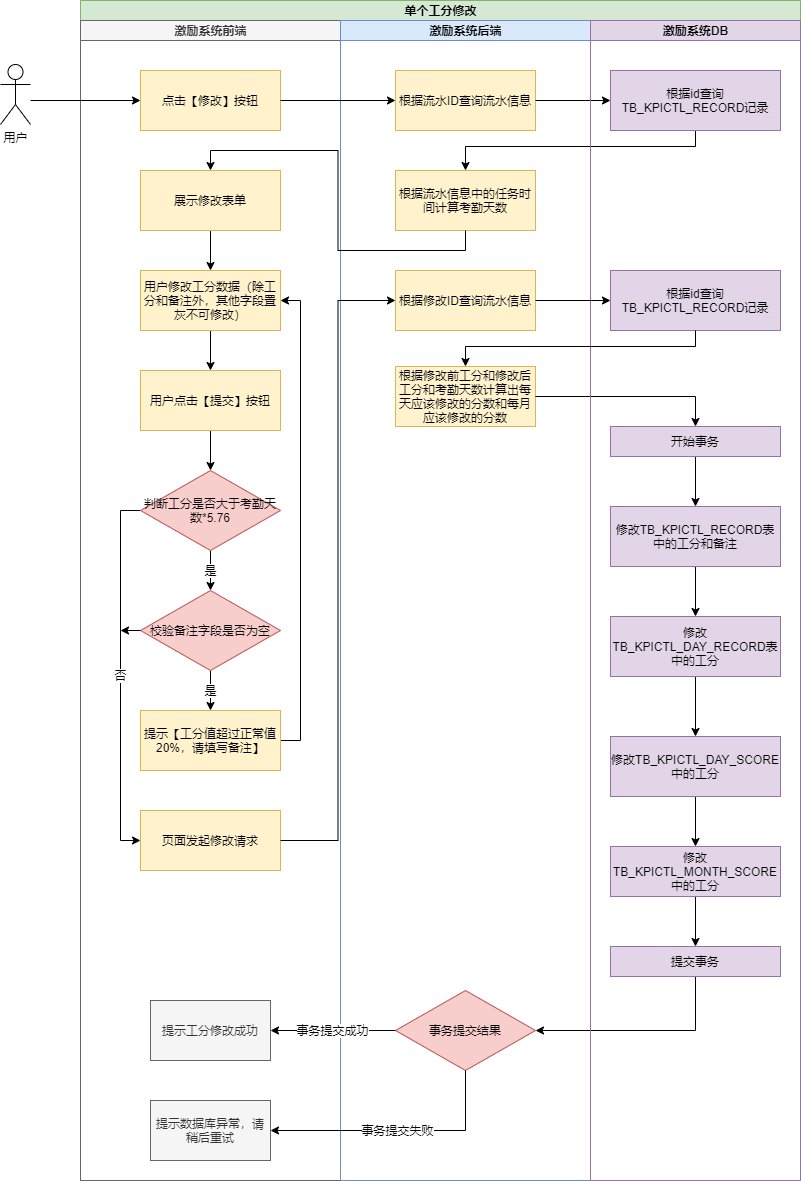
Above: 工分修改.png in julingpu/coffee (draw.io), before the change. Source tidied: cells renumbered, new cells last; positions are measured from the earlier drawing's top-left corner, leaving out a move shared by most shapes.
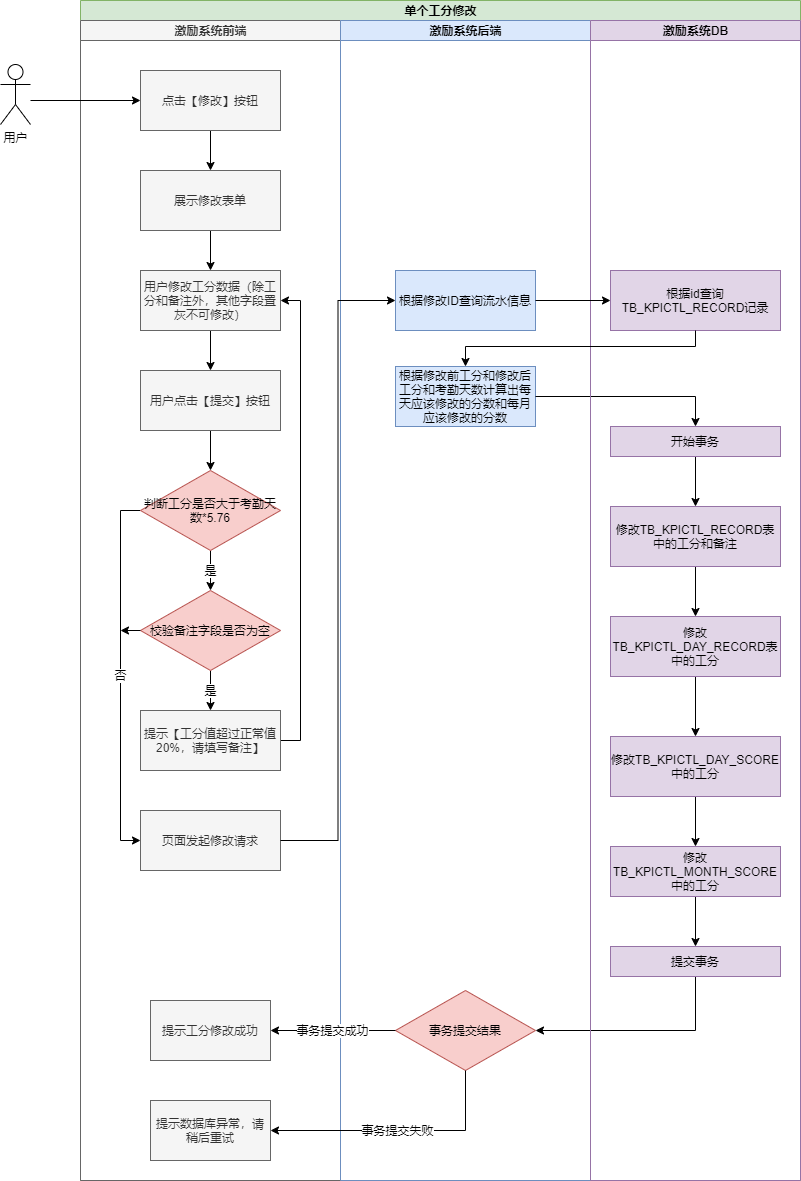
After the commit.

The edit, as a diff of the source:
```diff
@@ -19,19 +19,22 @@
     <mxCell id="6" value="提示数据库异常，请稍后重试" style="rounded=0;whiteSpace=wrap;html=1;fontFamily=Helvetica;fontSize=12;fontColor=#333333;align=center;fillColor=#f5f5f5;strokeColor=#666666;" parent="3" vertex="1">
       <mxGeometry x="70" y="1080" width="120" height="60" as="geometry" />
     </mxCell>
+    <mxCell id="58" style="edgeStyle=orthogonalEdgeStyle;rounded=0;jettySize=auto;html=1;exitX=0.5;exitY=1;exitDx=0;exitDy=0;entryX=0.5;entryY=0;entryDx=0;entryDy=0;" parent="3" edge="1" source="7" target="9">
+      <mxGeometry relative="1" as="geometry" />
+    </mxCell>
-    <mxCell id="7" value="点击【修改】按钮" style="rounded=0;whiteSpace=wrap;html=1;fontFamily=Helvetica;fontSize=12;align=center;fillColor=#fff2cc;strokeColor=#d6b656;" parent="3" vertex="1">
+    <mxCell id="7" value="点击【修改】按钮" style="rounded=0;whiteSpace=wrap;html=1;fontFamily=Helvetica;fontSize=12;align=center;fillColor=#f5f5f5;strokeColor=#666666;fontColor=#333333;" parent="3" vertex="1">
       <mxGeometry x="60" y="50" width="140" height="60" as="geometry" />
     </mxCell>
     <mxCell id="8" style="edgeStyle=orthogonalEdgeStyle;rounded=0;jettySize=auto;html=1;exitX=0.5;exitY=1;exitDx=0;exitDy=0;entryX=0.5;entryY=0;entryDx=0;entryDy=0;" parent="3" edge="1" source="9" target="11">
       <mxGeometry relative="1" as="geometry" />
     </mxCell>
-    <mxCell id="9" value="展示修改表单" style="rounded=0;whiteSpace=wrap;html=1;fontFamily=Helvetica;fontSize=12;align=center;fillColor=#fff2cc;strokeColor=#d6b656;" parent="3" vertex="1">
+    <mxCell id="9" value="展示修改表单" style="rounded=0;whiteSpace=wrap;html=1;fontFamily=Helvetica;fontSize=12;align=center;fillColor=#f5f5f5;strokeColor=#666666;fontColor=#333333;" parent="3" vertex="1">
       <mxGeometry x="60" y="150" width="140" height="60" as="geometry" />
     </mxCell>
     <mxCell id="10" style="edgeStyle=orthogonalEdgeStyle;rounded=0;jettySize=auto;html=1;exitX=0.5;exitY=1;exitDx=0;exitDy=0;entryX=0.5;entryY=0;entryDx=0;entryDy=0;" parent="3" edge="1" source="11" target="21">
       <mxGeometry relative="1" as="geometry" />
     </mxCell>
-    <mxCell id="11" value="用户修改工分数据（除工分和备注外，其他字段置灰不可修改）" style="rounded=0;whiteSpace=wrap;html=1;fontFamily=Helvetica;fontSize=12;align=center;fillColor=#fff2cc;strokeColor=#d6b656;" parent="3" vertex="1">
+    <mxCell id="11" value="用户修改工分数据（除工分和备注外，其他字段置灰不可修改）" style="rounded=0;whiteSpace=wrap;html=1;fontFamily=Helvetica;fontSize=12;align=center;fillColor=#f5f5f5;strokeColor=#666666;fontColor=#333333;" parent="3" vertex="1">
       <mxGeometry x="60" y="250" width="140" height="60" as="geometry" />
     </mxCell>
     <mxCell id="12" value="是" style="edgeStyle=orthogonalEdgeStyle;rounded=0;jettySize=auto;html=1;exitX=0.5;exitY=1;exitDx=0;exitDy=0;entryX=0.5;entryY=0;entryDx=0;entryDy=0;" parent="3" edge="1" source="14">
@@ -50,7 +53,7 @@
     <mxCell id="14" value="判断工分是否大于考勤天数*5.76" style="rhombus;whiteSpace=wrap;html=1;fillColor=#f8cecc;strokeColor=#b85450;" parent="3" vertex="1">
       <mxGeometry x="60" y="450" width="140" height="80" as="geometry" />
     </mxCell>
-    <mxCell id="15" value="页面发起修改请求" style="rounded=0;whiteSpace=wrap;html=1;fontFamily=Helvetica;fontSize=12;align=center;fillColor=#fff2cc;strokeColor=#d6b656;" parent="3" vertex="1">
+    <mxCell id="15" value="页面发起修改请求" style="rounded=0;whiteSpace=wrap;html=1;fontFamily=Helvetica;fontSize=12;align=center;fillColor=#f5f5f5;strokeColor=#666666;fontColor=#333333;" parent="3" vertex="1">
       <mxGeometry x="60" y="790" width="140" height="60" as="geometry" />
     </mxCell>
     <mxCell id="16" value="是" style="edgeStyle=orthogonalEdgeStyle;rounded=0;jettySize=auto;html=1;exitX=0.5;exitY=1;exitDx=0;exitDy=0;entryX=0.5;entryY=0;entryDx=0;entryDy=0;" parent="3" edge="1" source="17" target="19">
@@ -62,13 +65,13 @@
     <mxCell id="18" style="edgeStyle=orthogonalEdgeStyle;rounded=0;jettySize=auto;html=1;exitX=1;exitY=0.5;exitDx=0;exitDy=0;entryX=1;entryY=0.5;entryDx=0;entryDy=0;" parent="3" edge="1" source="19" target="11">
       <mxGeometry relative="1" as="geometry" />
     </mxCell>
-    <mxCell id="19" value="提示【工分值超过正常值20%，请填写备注】" style="rounded=0;whiteSpace=wrap;html=1;fontFamily=Helvetica;fontSize=12;align=center;fillColor=#fff2cc;strokeColor=#d6b656;" parent="3" vertex="1">
+    <mxCell id="19" value="提示【工分值超过正常值20%，请填写备注】" style="rounded=0;whiteSpace=wrap;html=1;fontFamily=Helvetica;fontSize=12;align=center;fillColor=#f5f5f5;strokeColor=#666666;fontColor=#333333;" parent="3" vertex="1">
       <mxGeometry x="60" y="690" width="140" height="60" as="geometry" />
     </mxCell>
     <mxCell id="20" style="edgeStyle=orthogonalEdgeStyle;rounded=0;jettySize=auto;html=1;exitX=0.5;exitY=1;exitDx=0;exitDy=0;entryX=0.5;entryY=0;entryDx=0;entryDy=0;" parent="3" edge="1" source="21" target="14">
       <mxGeometry relative="1" as="geometry" />
     </mxCell>
-    <mxCell id="21" value="用户点击【提交】按钮" style="rounded=0;whiteSpace=wrap;html=1;fontFamily=Helvetica;fontSize=12;align=center;fillColor=#fff2cc;strokeColor=#d6b656;" parent="3" vertex="1">
+    <mxCell id="21" value="用户点击【提交】按钮" style="rounded=0;whiteSpace=wrap;html=1;fontFamily=Helvetica;fontSize=12;align=center;fillColor=#f5f5f5;strokeColor=#666666;fontColor=#333333;" parent="3" vertex="1">
       <mxGeometry x="60" y="350" width="140" height="60" as="geometry" />
     </mxCell>
     <mxCell id="22" value="激励系统后端" style="swimlane;html=1;startSize=20;fillColor=#dae8fc;strokeColor=#6c8ebf;" parent="2" vertex="1">
@@ -77,16 +80,10 @@
     <mxCell id="23" value="事务提交结果" style="rhombus;whiteSpace=wrap;html=1;fillColor=#f8cecc;strokeColor=#b85450;" parent="22" vertex="1">
       <mxGeometry x="55" y="970" width="140" height="80" as="geometry" />
     </mxCell>
-    <mxCell id="24" value="根据流水ID查询流水信息" style="rounded=0;whiteSpace=wrap;html=1;fontFamily=Helvetica;fontSize=12;align=center;fillColor=#fff2cc;strokeColor=#d6b656;" parent="22" vertex="1">
-      <mxGeometry x="55" y="50" width="140" height="60" as="geometry" />
-    </mxCell>
-    <mxCell id="25" value="根据流水信息中的任务时间计算考勤天数" style="rounded=0;whiteSpace=wrap;html=1;fontFamily=Helvetica;fontSize=12;align=center;fillColor=#fff2cc;strokeColor=#d6b656;" parent="22" vertex="1">
-      <mxGeometry x="55" y="150" width="140" height="60" as="geometry" />
-    </mxCell>
-    <mxCell id="26" value="根据修改ID查询流水信息" style="rounded=0;whiteSpace=wrap;html=1;fontFamily=Helvetica;fontSize=12;align=center;fillColor=#fff2cc;strokeColor=#d6b656;" parent="22" vertex="1">
+    <mxCell id="26" value="根据修改ID查询流水信息" style="rounded=0;whiteSpace=wrap;html=1;fontFamily=Helvetica;fontSize=12;align=center;fillColor=#dae8fc;strokeColor=#6c8ebf;" parent="22" vertex="1">
       <mxGeometry x="55" y="250" width="140" height="60" as="geometry" />
     </mxCell>
-    <mxCell id="27" value="根据修改前工分和修改后工分和考勤天数计算出每天应该修改的分数和每月应该修改的分数" style="rounded=0;whiteSpace=wrap;html=1;fontFamily=Helvetica;fontSize=12;align=center;fillColor=#fff2cc;strokeColor=#d6b656;" parent="22" vertex="1">
+    <mxCell id="27" value="根据修改前工分和修改后工分和考勤天数计算出每天应该修改的分数和每月应该修改的分数" style="rounded=0;whiteSpace=wrap;html=1;fontFamily=Helvetica;fontSize=12;align=center;fillColor=#dae8fc;strokeColor=#6c8ebf;" parent="22" vertex="1">
       <mxGeometry x="55" y="346" width="140" height="60" as="geometry" />
     </mxCell>
     <mxCell id="28" value="事务提交成功" style="edgeStyle=orthogonalEdgeStyle;rounded=0;jettySize=auto;html=1;exitX=0;exitY=0.5;exitDx=0;exitDy=0;entryX=1;entryY=0.5;entryDx=0;entryDy=0;" parent="2" edge="1" source="23" target="5">
@@ -98,17 +95,6 @@
     <mxCell id="30" style="edgeStyle=orthogonalEdgeStyle;rounded=0;jettySize=auto;html=1;exitX=0.5;exitY=1;exitDx=0;exitDy=0;entryX=1;entryY=0.5;entryDx=0;entryDy=0;" parent="2" edge="1" source="45" target="23">
       <mxGeometry relative="1" as="geometry" />
     </mxCell>
-    <mxCell id="31" style="endArrow=classic;html=1;exitX=1;exitY=0.5;exitDx=0;exitDy=0;entryX=0;entryY=0.5;entryDx=0;entryDy=0;rounded=0;" parent="2" edge="1" source="24" target="46">
-      <mxGeometry relative="1" as="geometry" />
-    </mxCell>
-    <mxCell id="32" style="edgeStyle=orthogonalEdgeStyle;rounded=0;jettySize=auto;html=1;exitX=0.5;exitY=1;exitDx=0;exitDy=0;entryX=0.5;entryY=0;entryDx=0;entryDy=0;" parent="2" edge="1" source="46" target="25">
-      <mxGeometry relative="1" as="geometry">
-        <Array as="points">
-          <mxPoint x="615" y="146" />
-          <mxPoint x="385" y="146" />
-        </Array>
-      </mxGeometry>
-    </mxCell>
     <mxCell id="33" style="edgeStyle=orthogonalEdgeStyle;rounded=0;jettySize=auto;html=1;exitX=1;exitY=0.5;exitDx=0;exitDy=0;entryX=0.5;entryY=0;entryDx=0;entryDy=0;" parent="2" edge="1" source="27" target="44">
       <mxGeometry relative="1" as="geometry" />
     </mxCell>
@@ -148,15 +134,9 @@
     <mxCell id="45" value="提交事务" style="rounded=0;whiteSpace=wrap;html=1;fontFamily=Helvetica;fontSize=12;align=center;fillColor=#e1d5e7;strokeColor=#9673a6;" parent="34" vertex="1">
       <mxGeometry x="20" y="926" width="170" height="30" as="geometry" />
     </mxCell>
-    <mxCell id="46" value="根据id查询TB_KPICTL_RECORD记录" style="rounded=0;whiteSpace=wrap;html=1;fontFamily=Helvetica;fontSize=12;align=center;fillColor=#e1d5e7;strokeColor=#9673a6;" parent="34" vertex="1">
-      <mxGeometry x="20" y="50" width="170" height="60" as="geometry" />
-    </mxCell>
     <mxCell id="47" value="根据id查询TB_KPICTL_RECORD记录" style="rounded=0;whiteSpace=wrap;html=1;fontFamily=Helvetica;fontSize=12;align=center;fillColor=#e1d5e7;strokeColor=#9673a6;" parent="34" vertex="1">
       <mxGeometry x="20" y="250" width="170" height="60" as="geometry" />
     </mxCell>
-    <mxCell id="48" style="endArrow=classic;html=1;entryX=0;entryY=0.5;entryDx=0;entryDy=0;exitX=1;exitY=0.5;exitDx=0;exitDy=0;" parent="2" edge="1" source="7" target="24">
-      <mxGeometry relative="1" as="geometry" />
-    </mxCell>
     <mxCell id="49" style="edgeStyle=orthogonalEdgeStyle;rounded=0;orthogonalLoop=1;jettySize=auto;html=1;exitX=1;exitY=0.5;exitDx=0;exitDy=0;entryX=0;entryY=0.5;entryDx=0;entryDy=0;" parent="2" edge="1">
       <mxGeometry relative="1" as="geometry">
         <mxPoint x="455" y="310" as="sourcePoint" />
@@ -165,9 +145,6 @@
     <mxCell id="50" value="数据验证通过" style="edgeLabel;html=1;align=center;verticalAlign=middle;" parent="49" vertex="1">
       <mxGeometry x="-0.1" relative="1" as="geometry" />
     </mxCell>
-    <mxCell id="51" style="edgeStyle=orthogonalEdgeStyle;rounded=0;jettySize=auto;html=1;exitX=0.5;exitY=1;exitDx=0;exitDy=0;entryX=0.5;entryY=0;entryDx=0;entryDy=0;" parent="2" edge="1" source="25" target="9">
-      <mxGeometry relative="1" as="geometry" />
-    </mxCell>
     <mxCell id="52" style="edgeStyle=orthogonalEdgeStyle;rounded=0;jettySize=auto;html=1;exitX=1;exitY=0.5;exitDx=0;exitDy=0;entryX=0;entryY=0.5;entryDx=0;entryDy=0;" parent="2" edge="1" source="26" target="47">
       <mxGeometry relative="1" as="geometry" />
     </mxCell>
```
